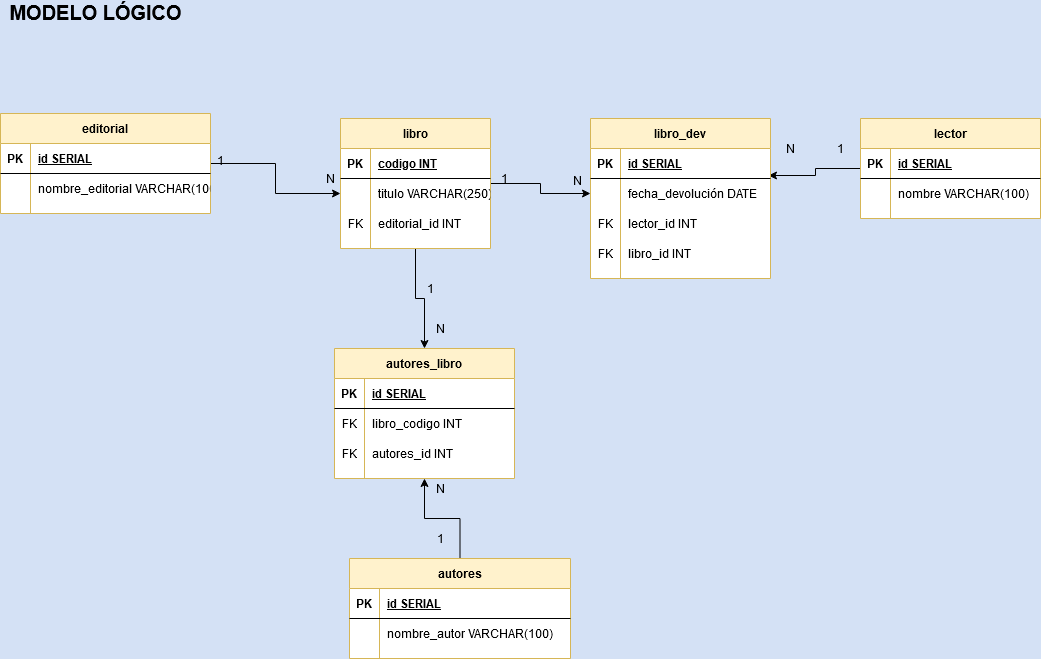
Above: Diagrama_Libros.png in gilibethvega/libros_normalizacion (draw.io), before the change. Source tidied: cells renumbered, new cells last; positions are measured from the earlier drawing's top-left corner, leaving out a move shared by most shapes.
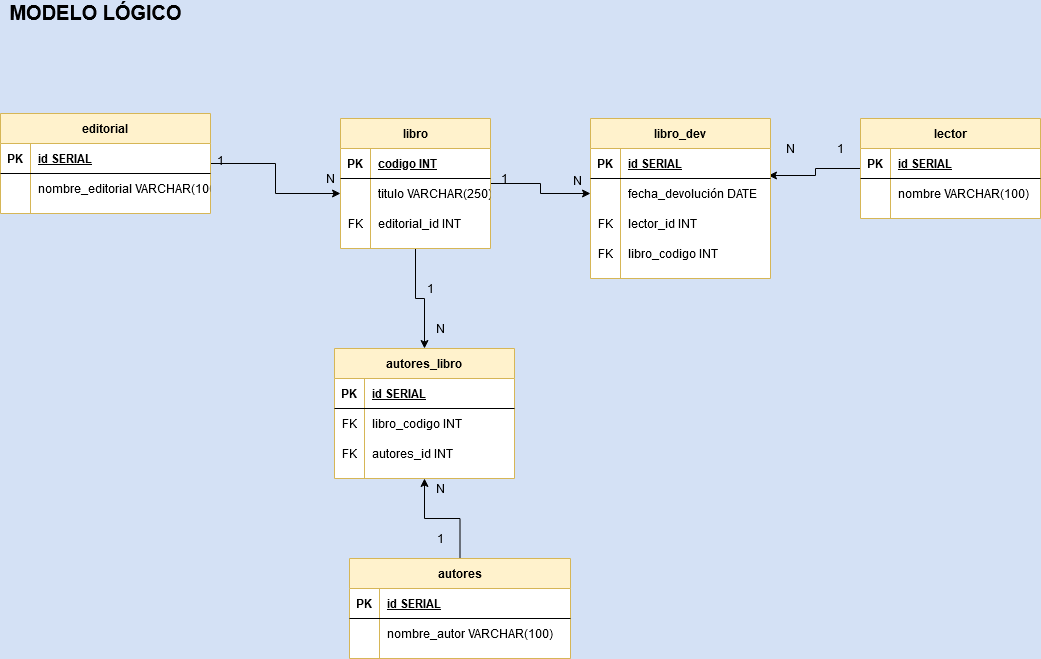
Above is the later version.

The edit, as a diff of the source:
```diff
@@ -122,7 +122,7 @@
     <mxCell id="41" value="FK" style="shape=partialRectangle;fillColor=none;top=0;left=0;bottom=0;right=0;overflow=hidden;" parent="40" vertex="1">
       <mxGeometry width="30" height="30" as="geometry" />
     </mxCell>
-    <mxCell id="42" value="libro_id INT" style="shape=partialRectangle;fillColor=none;top=0;left=0;bottom=0;right=0;align=left;spacingLeft=6;overflow=hidden;" parent="40" vertex="1">
+    <mxCell id="42" value="libro_codigo INT" style="shape=partialRectangle;fillColor=none;top=0;left=0;bottom=0;right=0;align=left;spacingLeft=6;overflow=hidden;" parent="40" vertex="1">
       <mxGeometry x="30" width="150" height="30" as="geometry" />
     </mxCell>
     <mxCell id="43" value="1" style="text;html=1;align=center;verticalAlign=middle;" parent="1" vertex="1">
```
